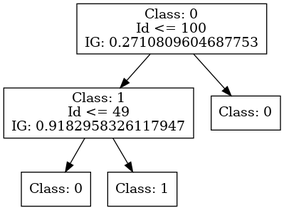
Above: dot_figs/tree-custom.png in FedericoBruzzone/anti-money-laundering (Graphviz), before the change. Its source is kept beside it as dot_figs/tree-custom.dot.
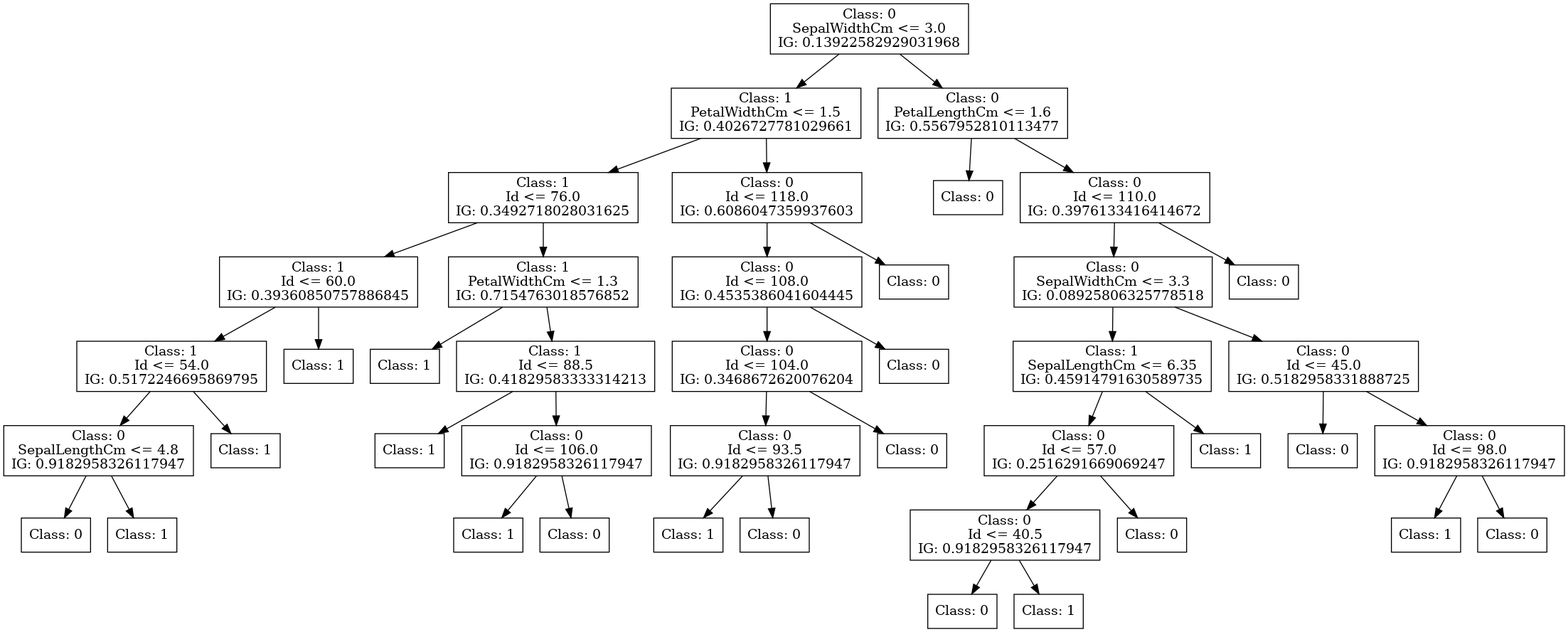
Above is the later version.

Commit message:
Fix `ID3` and `Custom` implementation works

The edit, as a diff of the source:
```diff
@@ -1,20 +1,153 @@
 digraph DecisionTree {
 	rankdir=TD;
 	node [shape=box];
-	140364819166784 [label="Class: 0
-Id <= 100
-IG: 0.2710809604687753"];
-	140364810501616 [label="Class: 1
-Id <= 49
+	140498706069968 [label="Class: 0
+SepalWidthCm <= 3.0
+IG: 0.13922582929031968"];
+	140498697335184 [label="Class: 1
+PetalWidthCm <= 1.5
+IG: 0.4026727781029661"];
+	140498706069968 -> 140498697335184;
+	140498697337008 [label="Class: 1
+Id <= 76.0
+IG: 0.3492718028031625"];
+	140498697335184 -> 140498697337008;
+	140498686100240 [label="Class: 1
+Id <= 60.0
+IG: 0.39360850757886845"];
+	140498697337008 -> 140498686100240;
+	140498686105808 [label="Class: 1
+Id <= 54.0
+IG: 0.5172246695869795"];
+	140498686100240 -> 140498686105808;
+	140498686113728 [label="Class: 0
+SepalLengthCm <= 4.8
 IG: 0.9182958326117947"];
-	140364819166784 -> 140364810501616;
-	140364810549760 [label="Class: 0
+	140498686105808 -> 140498686113728;
+	140498686114688 [label="Class: 0
 "];
-	140364810501616 -> 140364810549760;
-	140364810547888 [label="Class: 1
+	140498686113728 -> 140498686114688;
+	140498686166016 [label="Class: 1
 "];
-	140364810501616 -> 140364810547888;
-	140364810197728 [label="Class: 0
+	140498686113728 -> 140498686166016;
+	140498686114592 [label="Class: 1
 "];
-	140364819166784 -> 140364810197728;
+	140498686105808 -> 140498686114592;
+	140498686110080 [label="Class: 1
+"];
+	140498686100240 -> 140498686110080;
+	140498686100192 [label="Class: 1
+PetalWidthCm <= 1.3
+IG: 0.7154763018576852"];
+	140498697337008 -> 140498686100192;
+	140498686168704 [label="Class: 1
+"];
+	140498686100192 -> 140498686168704;
+	140498686173072 [label="Class: 1
+Id <= 88.5
+IG: 0.41829583333314213"];
+	140498686100192 -> 140498686173072;
+	140498686176144 [label="Class: 1
+"];
+	140498686173072 -> 140498686176144;
+	140498686177248 [label="Class: 0
+Id <= 106.0
+IG: 0.9182958326117947"];
+	140498686173072 -> 140498686177248;
+	140498686178928 [label="Class: 1
+"];
+	140498686177248 -> 140498686178928;
+	140498686180656 [label="Class: 0
+"];
+	140498686177248 -> 140498686180656;
+	140498697323904 [label="Class: 0
+Id <= 118.0
+IG: 0.6086047359937603"];
+	140498697335184 -> 140498697323904;
+	140498686202192 [label="Class: 0
+Id <= 108.0
+IG: 0.4535386041604445"];
+	140498697323904 -> 140498686202192;
+	140498686202432 [label="Class: 0
+Id <= 104.0
+IG: 0.3468672620076204"];
+	140498686202192 -> 140498686202432;
+	140498686211888 [label="Class: 0
+Id <= 93.5
+IG: 0.9182958326117947"];
+	140498686202432 -> 140498686211888;
+	140498686213328 [label="Class: 1
+"];
+	140498686211888 -> 140498686213328;
+	140498686213184 [label="Class: 0
+"];
+	140498686211888 -> 140498686213184;
+	140498686212464 [label="Class: 0
+"];
+	140498686202432 -> 140498686212464;
+	140498686207904 [label="Class: 0
+"];
+	140498686202192 -> 140498686207904;
+	140498686201232 [label="Class: 0
+"];
+	140498697323904 -> 140498686201232;
+	140498697333840 [label="Class: 0
+PetalLengthCm <= 1.6
+IG: 0.5567952810113477"];
+	140498706069968 -> 140498697333840;
+	140498686250768 [label="Class: 0
+"];
+	140498697333840 -> 140498686250768;
+	140498686254704 [label="Class: 0
+Id <= 110.0
+IG: 0.3976133416414672"];
+	140498697333840 -> 140498686254704;
+	140498686258688 [label="Class: 0
+SepalWidthCm <= 3.3
+IG: 0.08925806325778518"];
+	140498686254704 -> 140498686258688;
+	140498686261760 [label="Class: 1
+SepalLengthCm <= 6.35
+IG: 0.45914791630589735"];
+	140498686258688 -> 140498686261760;
+	140498686267200 [label="Class: 0
+Id <= 57.0
+IG: 0.2516291669069247"];
+	140498686261760 -> 140498686267200;
+	140498686268832 [label="Class: 0
+Id <= 40.5
+IG: 0.9182958326117947"];
+	140498686267200 -> 140498686268832;
+	140498686267104 [label="Class: 0
+"];
+	140498686268832 -> 140498686267104;
+	140498686269312 [label="Class: 1
+"];
+	140498686268832 -> 140498686269312;
+	140498686266336 [label="Class: 0
+"];
+	140498686267200 -> 140498686266336;
+	140498686266624 [label="Class: 1
+"];
+	140498686261760 -> 140498686266624;
+	140498686262912 [label="Class: 0
+Id <= 45.0
+IG: 0.5182958331888725"];
+	140498686258688 -> 140498686262912;
+	140498686267296 [label="Class: 0
+"];
+	140498686262912 -> 140498686267296;
+	140498686265232 [label="Class: 0
+Id <= 98.0
+IG: 0.9182958326117947"];
+	140498686262912 -> 140498686265232;
+	140498686270080 [label="Class: 1
+"];
+	140498686265232 -> 140498686270080;
+	140498686265424 [label="Class: 0
+"];
+	140498686265232 -> 140498686265424;
+	140498686259264 [label="Class: 0
+"];
+	140498686254704 -> 140498686259264;
 }
```
